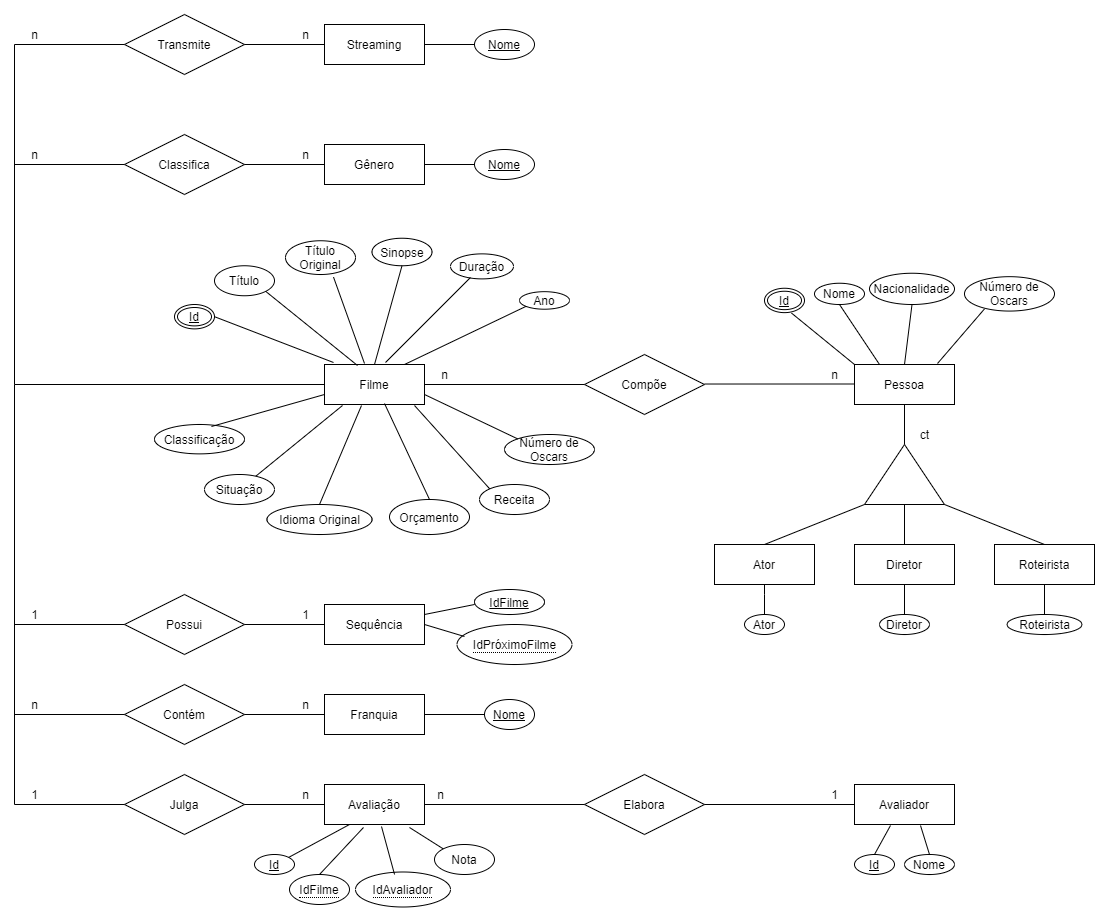
This is final/images/modelo-conceitual.png from MovieCatalogDS/MovieCatalogDS, a draw.io export, as it was before one commit. Source tidied: cells renumbered, new cells last; positions are measured from the earlier drawing's top-left corner, leaving out a move shared by most shapes.
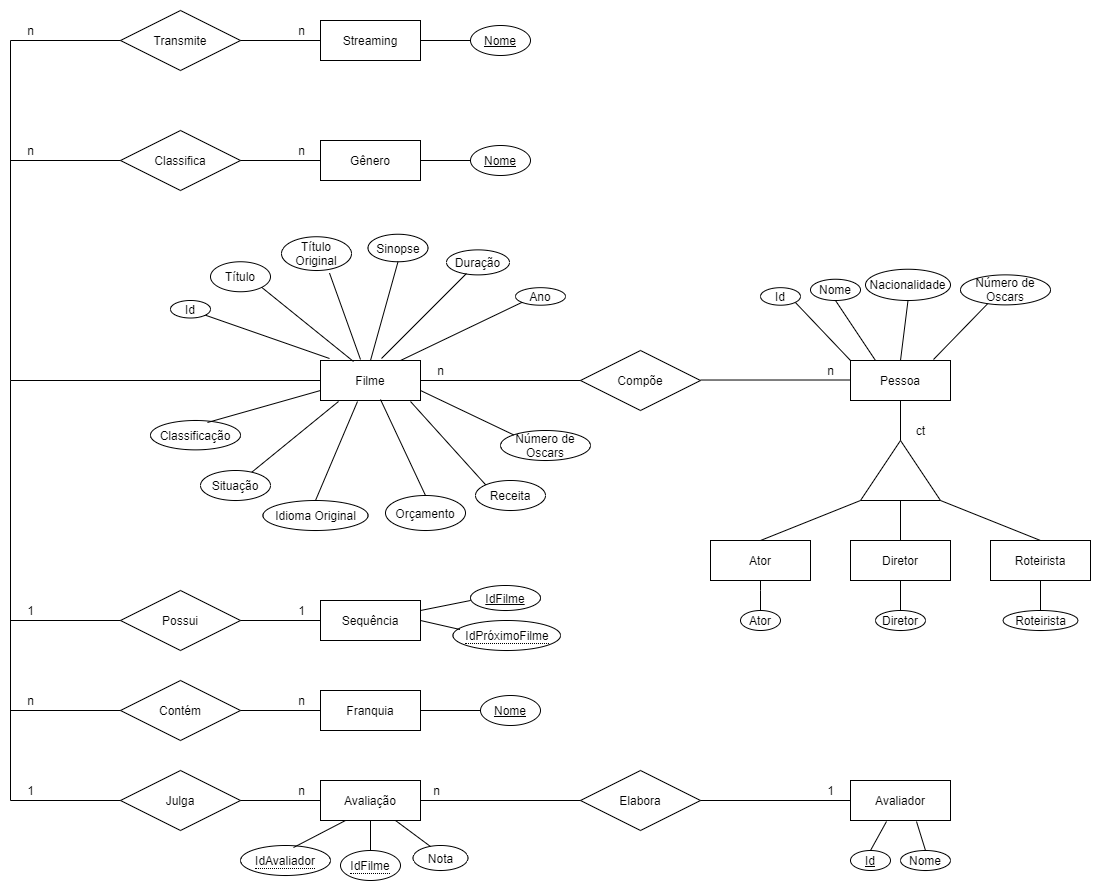
After the commit.

What changed in the source:
```diff
@@ -23,7 +23,7 @@
     <mxCell id="8" value="Classificação" style="ellipse;whiteSpace=wrap;html=1;align=center;" parent="1" vertex="1">
       <mxGeometry x="140" y="410" width="90" height="29.4" as="geometry" />
     </mxCell>
-    <mxCell id="9" style="endArrow=none;html=1;rounded=0;exitX=1;exitY=0.5;exitDx=0;exitDy=0;entryX=0.09;entryY=-0.05;entryDx=0;entryDy=0;entryPerimeter=0;" parent="1" edge="1" source="113" target="3">
+    <mxCell id="9" style="endArrow=none;html=1;rounded=0;exitX=1;exitY=1;exitDx=0;exitDy=0;entryX=0.09;entryY=-0.05;entryDx=0;entryDy=0;entryPerimeter=0;" parent="1" edge="1" source="118" target="3">
       <mxGeometry relative="1" as="geometry" />
     </mxCell>
     <mxCell id="10" style="endArrow=none;html=1;rounded=0;exitX=1;exitY=1;exitDx=0;exitDy=0;entryX=0.33;entryY=0.025;entryDx=0;entryDy=0;entryPerimeter=0;" parent="1" edge="1" source="4" target="3">
@@ -62,10 +62,7 @@
     <mxCell id="21" value="Nacionalidade" style="ellipse;whiteSpace=wrap;html=1;align=center;" parent="1" vertex="1">
       <mxGeometry x="855" y="258.8" width="85" height="31.2" as="geometry" />
     </mxCell>
-    <mxCell id="22" value="Número de Oscars" style="ellipse;whiteSpace=wrap;html=1;align=center;" parent="1" vertex="1">
-      <mxGeometry x="950" y="262.2" width="90" height="34.4" as="geometry" />
-    </mxCell>
-    <mxCell id="23" style="endArrow=none;html=1;rounded=0;entryX=0;entryY=0;entryDx=0;entryDy=0;exitX=0.675;exitY=1.018;exitDx=0;exitDy=0;exitPerimeter=0;" parent="1" edge="1" source="114" target="19">
+    <mxCell id="23" style="endArrow=none;html=1;rounded=0;entryX=0;entryY=0;entryDx=0;entryDy=0;exitX=1;exitY=1;exitDx=0;exitDy=0;" parent="1" edge="1" source="117" target="19">
       <mxGeometry relative="1" as="geometry" />
     </mxCell>
     <mxCell id="24" style="endArrow=none;html=1;rounded=0;exitX=0.5;exitY=1;exitDx=0;exitDy=0;entryX=0.25;entryY=0;entryDx=0;entryDy=0;" parent="1" edge="1" source="20" target="19">
@@ -74,7 +71,7 @@
     <mxCell id="25" style="endArrow=none;html=1;rounded=0;exitX=0.5;exitY=0;exitDx=0;exitDy=0;entryX=0.5;entryY=1;entryDx=0;entryDy=0;" parent="1" edge="1" source="19" target="21">
       <mxGeometry relative="1" as="geometry" />
     </mxCell>
-    <mxCell id="26" style="endArrow=none;html=1;rounded=0;exitX=0.83;exitY=-0.025;exitDx=0;exitDy=0;exitPerimeter=0;entryX=0.222;entryY=0.938;entryDx=0;entryDy=0;entryPerimeter=0;" parent="1" edge="1" source="19" target="22">
+    <mxCell id="26" style="endArrow=none;html=1;rounded=0;exitX=0.83;exitY=-0.025;exitDx=0;exitDy=0;exitPerimeter=0;entryX=0.311;entryY=0.933;entryDx=0;entryDy=0;entryPerimeter=0;" parent="1" edge="1" source="19" target="22">
       <mxGeometry relative="1" as="geometry" />
     </mxCell>
     <mxCell id="27" style="triangle;whiteSpace=wrap;html=1;direction=north;" parent="1" vertex="1">
@@ -104,7 +101,7 @@
       <mxGeometry x="460" y="575" width="70" height="25" as="geometry" />
     </mxCell>
     <mxCell id="35" value="&lt;span style=&quot;border-bottom: 1px dotted&quot;&gt;IdPróximoFilme&lt;/span&gt;" style="ellipse;whiteSpace=wrap;html=1;align=center;" parent="1" vertex="1">
-      <mxGeometry x="442.5" y="610" width="115" height="40" as="geometry" />
+      <mxGeometry x="442.5" y="610" width="107.5" height="30" as="geometry" />
     </mxCell>
     <mxCell id="36" style="endArrow=none;html=1;rounded=0;entryX=1;entryY=0.25;entryDx=0;entryDy=0;exitX=0;exitY=0.6;exitDx=0;exitDy=0;exitPerimeter=0;" parent="1" edge="1" source="34" target="33">
       <mxGeometry relative="1" as="geometry" />
@@ -128,28 +125,22 @@
     <mxCell id="41" value="Avaliador" style="whiteSpace=wrap;html=1;align=center;" parent="1" vertex="1">
       <mxGeometry x="840" y="770" width="100" height="40" as="geometry" />
     </mxCell>
-    <mxCell id="42" value="Id" style="ellipse;whiteSpace=wrap;html=1;align=center;fontStyle=4;" parent="1" vertex="1">
-      <mxGeometry x="240" y="840" width="40" height="20" as="geometry" />
-    </mxCell>
     <mxCell id="43" value="&lt;span style=&quot;border-bottom: 1px dotted&quot;&gt;IdFilme&lt;/span&gt;" style="ellipse;whiteSpace=wrap;html=1;align=center;" parent="1" vertex="1">
-      <mxGeometry x="275" y="860" width="60" height="30" as="geometry" />
+      <mxGeometry x="330" y="840" width="60" height="30" as="geometry" />
     </mxCell>
     <mxCell id="44" value="&lt;span style=&quot;border-bottom: 1px dotted&quot;&gt;IdAvaliador&lt;/span&gt;" style="ellipse;whiteSpace=wrap;html=1;align=center;" parent="1" vertex="1">
-      <mxGeometry x="341" y="857.5" width="95" height="35" as="geometry" />
+      <mxGeometry x="230" y="835" width="90" height="30" as="geometry" />
     </mxCell>
     <mxCell id="45" value="Nota" style="ellipse;whiteSpace=wrap;html=1;align=center;" parent="1" vertex="1">
-      <mxGeometry x="420" y="830" width="60" height="30" as="geometry" />
+      <mxGeometry x="402.5" y="835" width="55" height="25" as="geometry" />
     </mxCell>
-    <mxCell id="46" style="endArrow=none;html=1;rounded=0;exitX=1;exitY=0;exitDx=0;exitDy=0;entryX=0.25;entryY=1;entryDx=0;entryDy=0;" parent="1" edge="1" source="42" target="40">
-      <mxGeometry relative="1" as="geometry" />
-    </mxCell>
-    <mxCell id="47" style="endArrow=none;html=1;rounded=0;exitX=0.5;exitY=0;exitDx=0;exitDy=0;entryX=0.39;entryY=1.075;entryDx=0;entryDy=0;entryPerimeter=0;" parent="1" edge="1" source="43" target="40">
+    <mxCell id="47" style="endArrow=none;html=1;rounded=0;exitX=0.5;exitY=0;exitDx=0;exitDy=0;" parent="1" edge="1" source="43" target="40">
       <mxGeometry relative="1" as="geometry" />
     </mxCell>
-    <mxCell id="48" style="endArrow=none;html=1;rounded=0;exitX=0.411;exitY=0.071;exitDx=0;exitDy=0;exitPerimeter=0;entryX=0.57;entryY=1.05;entryDx=0;entryDy=0;entryPerimeter=0;" parent="1" edge="1" source="44" target="40">
+    <mxCell id="48" style="endArrow=none;html=1;rounded=0;exitX=0.589;exitY=0.067;exitDx=0;exitDy=0;exitPerimeter=0;entryX=0.25;entryY=1;entryDx=0;entryDy=0;" parent="1" edge="1" source="44" target="40">
       <mxGeometry relative="1" as="geometry" />
     </mxCell>
-    <mxCell id="49" style="endArrow=none;html=1;rounded=0;exitX=0;exitY=0;exitDx=0;exitDy=0;entryX=0.85;entryY=1.075;entryDx=0;entryDy=0;entryPerimeter=0;" parent="1" edge="1" source="45" target="40">
+    <mxCell id="49" style="endArrow=none;html=1;rounded=0;exitX=0.318;exitY=0.04;exitDx=0;exitDy=0;entryX=0.75;entryY=1;entryDx=0;entryDy=0;exitPerimeter=0;" parent="1" edge="1" source="45" target="40">
       <mxGeometry relative="1" as="geometry" />
     </mxCell>
     <mxCell id="50" value="Gênero" style="whiteSpace=wrap;html=1;align=center;" parent="1" vertex="1">
@@ -336,13 +327,8 @@
     <mxCell id="101" style="endArrow=none;html=1;rounded=0;entryX=0.5;entryY=0;entryDx=0;entryDy=0;exitX=0.36;exitY=1.025;exitDx=0;exitDy=0;exitPerimeter=0;" parent="1" edge="1" source="41" target="100">
       <mxGeometry relative="1" as="geometry" />
     </mxCell>
-    <mxCell id="102" value="Nome" style="ellipse;whiteSpace=wrap;html=1;align=center;fontStyle=4;" parent="1" vertex="1">
-      <mxGeometry x="470" y="685" width="50" height="30" as="geometry" />
-    </mxCell>
-    <mxCell id="103" style="endArrow=none;html=1;rounded=0;exitX=0;exitY=0.5;exitDx=0;exitDy=0;" parent="1" edge="1" source="102">
-      <mxGeometry relative="1" as="geometry">
-        <mxPoint x="410" y="700" as="targetPoint" />
-      </mxGeometry>
+    <mxCell id="103" style="endArrow=none;html=1;rounded=0;exitX=0;exitY=0.5;exitDx=0;exitDy=0;entryX=1;entryY=0.5;entryDx=0;entryDy=0;" parent="1" edge="1" source="102" target="39">
+      <mxGeometry relative="1" as="geometry" />
     </mxCell>
     <mxCell id="104" value="Nome" style="ellipse;whiteSpace=wrap;html=1;align=center;fontStyle=4;" parent="1" vertex="1">
       <mxGeometry x="460" y="135" width="60" height="30" as="geometry" />
@@ -371,17 +357,23 @@
     <mxCell id="112" style="endArrow=none;html=1;rounded=0;entryX=0;entryY=0.5;entryDx=0;entryDy=0;exitX=1;exitY=0.5;exitDx=0;exitDy=0;" parent="1" edge="1" source="51" target="57">
       <mxGeometry relative="1" as="geometry" />
     </mxCell>
-    <mxCell id="113" value="&lt;u&gt;Id&lt;/u&gt;" style="ellipse;shape=doubleEllipse;margin=3;whiteSpace=wrap;html=1;align=center;" parent="1" vertex="1">
-      <mxGeometry x="160" y="290" width="40" height="24.4" as="geometry" />
-    </mxCell>
-    <mxCell id="114" value="&lt;u&gt;Id&lt;/u&gt;" style="ellipse;shape=doubleEllipse;margin=3;whiteSpace=wrap;html=1;align=center;" parent="1" vertex="1">
-      <mxGeometry x="750" y="273.8" width="40" height="24.4" as="geometry" />
-    </mxCell>
     <mxCell id="115" value="Nome" style="ellipse;whiteSpace=wrap;html=1;align=center;" parent="1" vertex="1">
       <mxGeometry x="890" y="840" width="50" height="20" as="geometry" />
     </mxCell>
     <mxCell id="116" style="endArrow=none;html=1;rounded=0;exitX=0.5;exitY=0;exitDx=0;exitDy=0;entryX=0.66;entryY=1.025;entryDx=0;entryDy=0;entryPerimeter=0;" parent="1" edge="1" source="115" target="41">
       <mxGeometry relative="1" as="geometry" />
     </mxCell>
+    <mxCell id="102" value="Nome" style="ellipse;whiteSpace=wrap;html=1;align=center;fontStyle=4;" parent="1" vertex="1">
+      <mxGeometry x="470" y="685" width="60" height="30" as="geometry" />
+    </mxCell>
+    <mxCell id="22" value="Número de Oscars" style="ellipse;whiteSpace=wrap;html=1;align=center;" parent="1" vertex="1">
+      <mxGeometry x="950" y="264.4" width="90" height="30" as="geometry" />
+    </mxCell>
+    <mxCell id="117" value="Id" style="ellipse;whiteSpace=wrap;html=1;align=center;" parent="1" vertex="1">
+      <mxGeometry x="750" y="277.2" width="40" height="17.5" as="geometry" />
+    </mxCell>
+    <mxCell id="118" value="Id" style="ellipse;whiteSpace=wrap;html=1;align=center;" parent="1" vertex="1">
+      <mxGeometry x="160" y="290" width="40" height="17.5" as="geometry" />
+    </mxCell>
   </root>
 </mxGraphModel>
```
